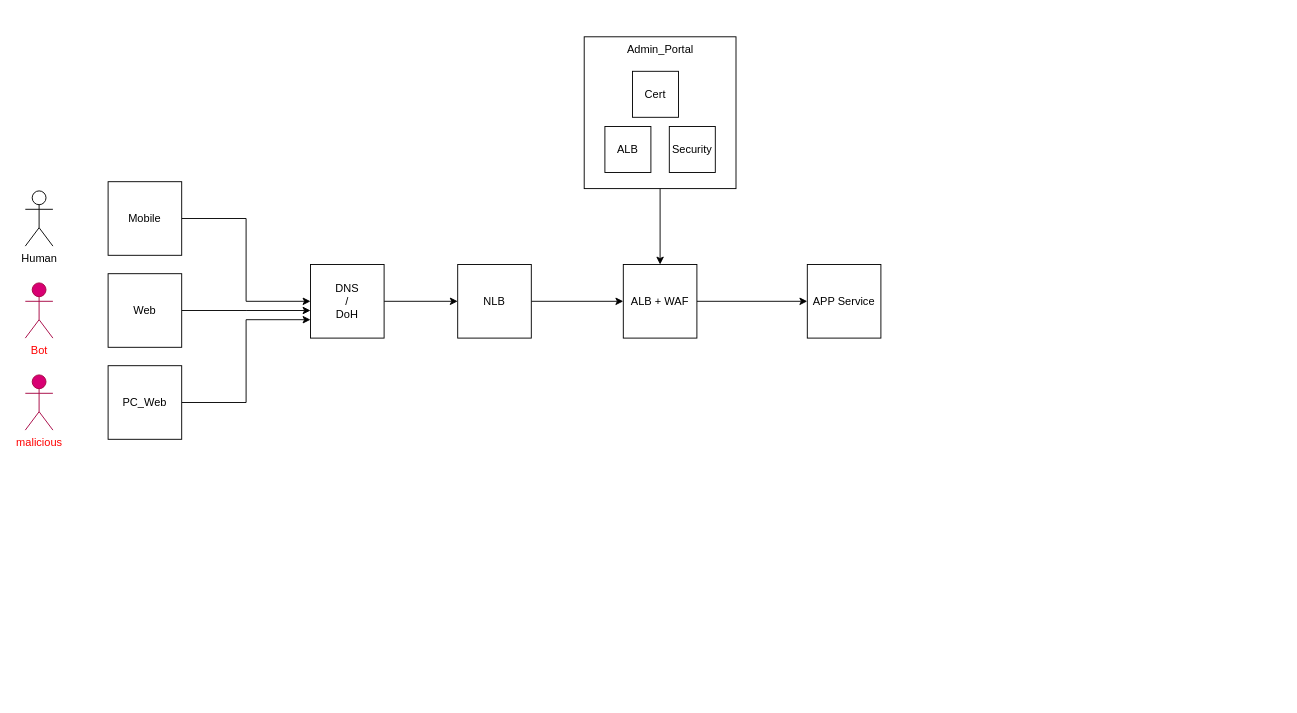
The draw.io diagram gateway/security-gateway.drawio in airdb/drawio, before the edit. Source tidied: cells renumbered, new cells numbered last; positions are measured from the earlier drawing's top-left corner, leaving out a move shared by most shapes. Both pictures are drawn from the tidied source at 92%, with x=0, y=0 at pixel (25, 36).
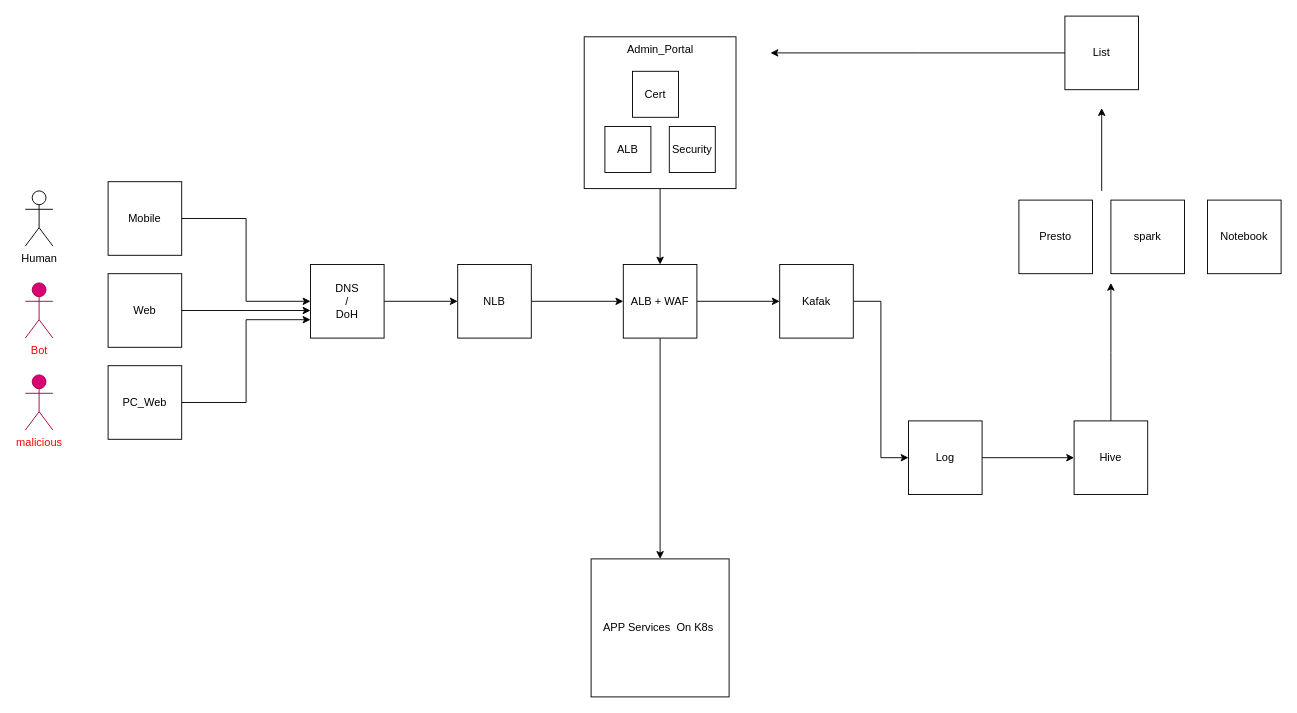
Above is the later version.

Unchanged cells that the change refers to:
```xml
<mxCell id="11" value="ALB + WAF" style="whiteSpace=wrap;html=1;" parent="1" vertex="1">
  <mxGeometry x="650" y="248" width="80" height="80" as="geometry" />
</mxCell>
```

Change to the diagram source:
```diff
@@
+    <mxCell id="23" style="edgeStyle=orthogonalEdgeStyle;rounded=0;jettySize=auto;html=1;entryX=0;entryY=0.5;entryDx=0;entryDy=0;" parent="1" edge="1" source="11" target="25">
+      <mxGeometry relative="1" as="geometry" />
+    </mxCell>
@@
-    <mxCell id="14" value="APP Service" style="whiteSpace=wrap;html=1;" parent="1" vertex="1">
-      <mxGeometry x="850" y="248" width="80" height="80" as="geometry" />
+    <mxCell id="14" value="APP Services&amp;nbsp; On K8s&amp;nbsp;" style="whiteSpace=wrap;html=1;" parent="1" vertex="1">
+      <mxGeometry x="615" y="568" width="150" height="150" as="geometry" />
     </mxCell>
@@
+    <mxCell id="24" style="edgeStyle=orthogonalEdgeStyle;rounded=0;jettySize=auto;html=1;entryX=0;entryY=0.5;entryDx=0;entryDy=0;" parent="1" edge="1" source="25" target="27">
+      <mxGeometry relative="1" as="geometry" />
+    </mxCell>
+    <mxCell id="25" value="Kafak" style="whiteSpace=wrap;html=1;" parent="1" vertex="1">
+      <mxGeometry x="820" y="248" width="80" height="80" as="geometry" />
+    </mxCell>
+    <mxCell id="26" style="edgeStyle=orthogonalEdgeStyle;rounded=0;jettySize=auto;html=1;entryX=0;entryY=0.5;entryDx=0;entryDy=0;" parent="1" edge="1" source="27" target="29">
+      <mxGeometry relative="1" as="geometry" />
+    </mxCell>
+    <mxCell id="27" value="Log" style="whiteSpace=wrap;html=1;" parent="1" vertex="1">
+      <mxGeometry x="960" y="418" width="80" height="80" as="geometry" />
+    </mxCell>
+    <mxCell id="28" style="edgeStyle=orthogonalEdgeStyle;rounded=0;jettySize=auto;html=1;" parent="1" edge="1" source="29">
+      <mxGeometry relative="1" as="geometry">
+        <mxPoint x="1180" y="268" as="targetPoint" />
+      </mxGeometry>
+    </mxCell>
+    <mxCell id="29" value="Hive" style="whiteSpace=wrap;html=1;" parent="1" vertex="1">
+      <mxGeometry x="1140" y="418" width="80" height="80" as="geometry" />
+    </mxCell>
+    <mxCell id="30" value="Presto" style="whiteSpace=wrap;html=1;" parent="1" vertex="1">
+      <mxGeometry x="1080" y="178" width="80" height="80" as="geometry" />
+    </mxCell>
+    <mxCell id="31" value="spark" style="whiteSpace=wrap;html=1;" parent="1" vertex="1">
+      <mxGeometry x="1180" y="178" width="80" height="80" as="geometry" />
+    </mxCell>
+    <mxCell id="32" style="edgeStyle=orthogonalEdgeStyle;rounded=0;orthogonalLoop=1;jettySize=auto;html=1;" parent="1" edge="1">
+      <mxGeometry relative="1" as="geometry">
+        <mxPoint x="1170" y="168" as="sourcePoint" />
+        <mxPoint x="1170" y="78" as="targetPoint" />
+      </mxGeometry>
+    </mxCell>
+    <mxCell id="33" value="Notebook" style="whiteSpace=wrap;html=1;" parent="1" vertex="1">
+      <mxGeometry x="1285" y="178" width="80" height="80" as="geometry" />
+    </mxCell>
+    <mxCell id="34" style="edgeStyle=orthogonalEdgeStyle;rounded=0;jettySize=auto;html=1;exitX=0;exitY=0.5;exitDx=0;exitDy=0;" parent="1" edge="1" source="35">
+      <mxGeometry relative="1" as="geometry">
+        <mxPoint x="810" y="18" as="targetPoint" />
+      </mxGeometry>
+    </mxCell>
+    <mxCell id="35" value="List" style="whiteSpace=wrap;html=1;" parent="1" vertex="1">
+      <mxGeometry x="1130" y="-22" width="80" height="80" as="geometry" />
+    </mxCell>
```
